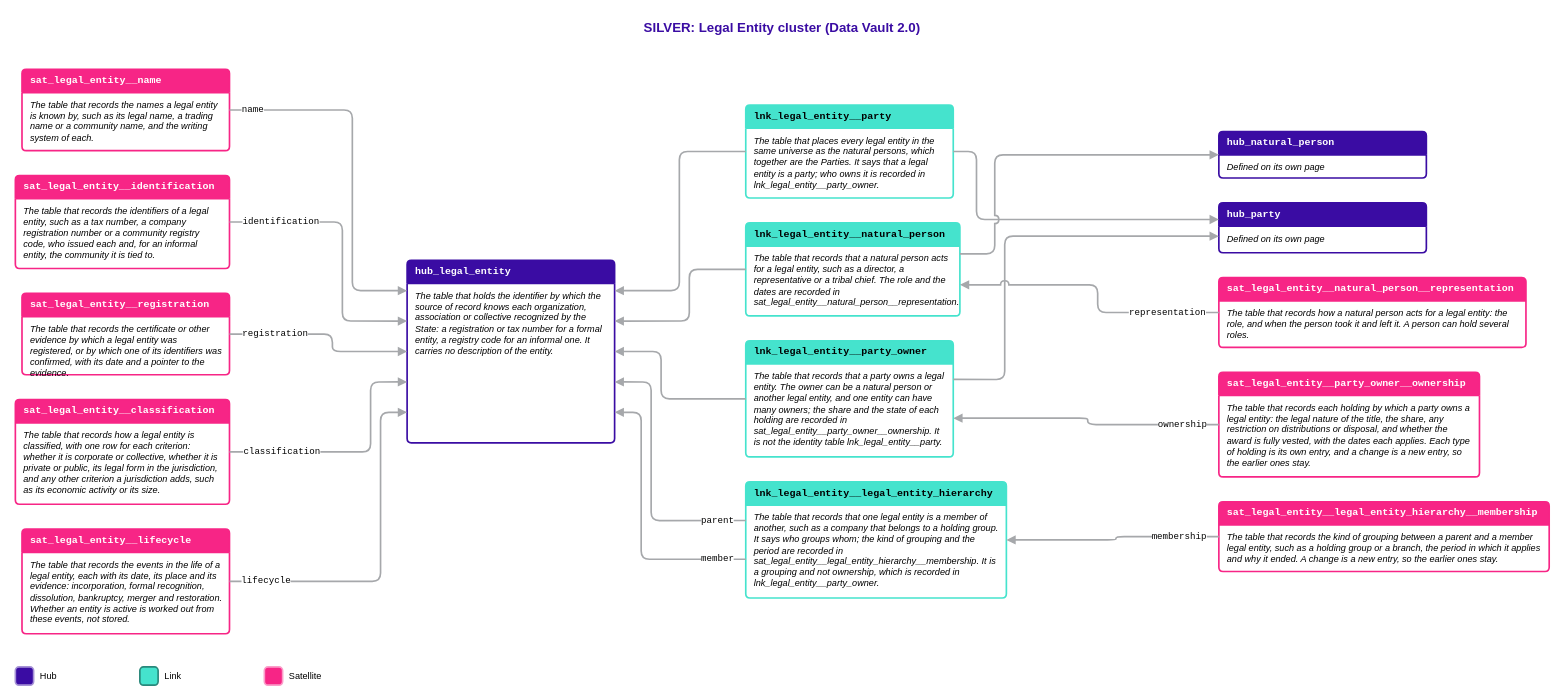
This is Rosetta/Business_Objects/drawio/Diagrams_Legal_Entity_Simplified.drawio from luisruizML/documents, a draw.io file, before an edit. Source tidied: cells renumbered, new cells numbered last; positions are measured from the earlier drawing's top-left corner, leaving out a move shared by most shapes. Both pictures are drawn from the tidied source at 83%, with x=0, y=0 at pixel (15, 14).
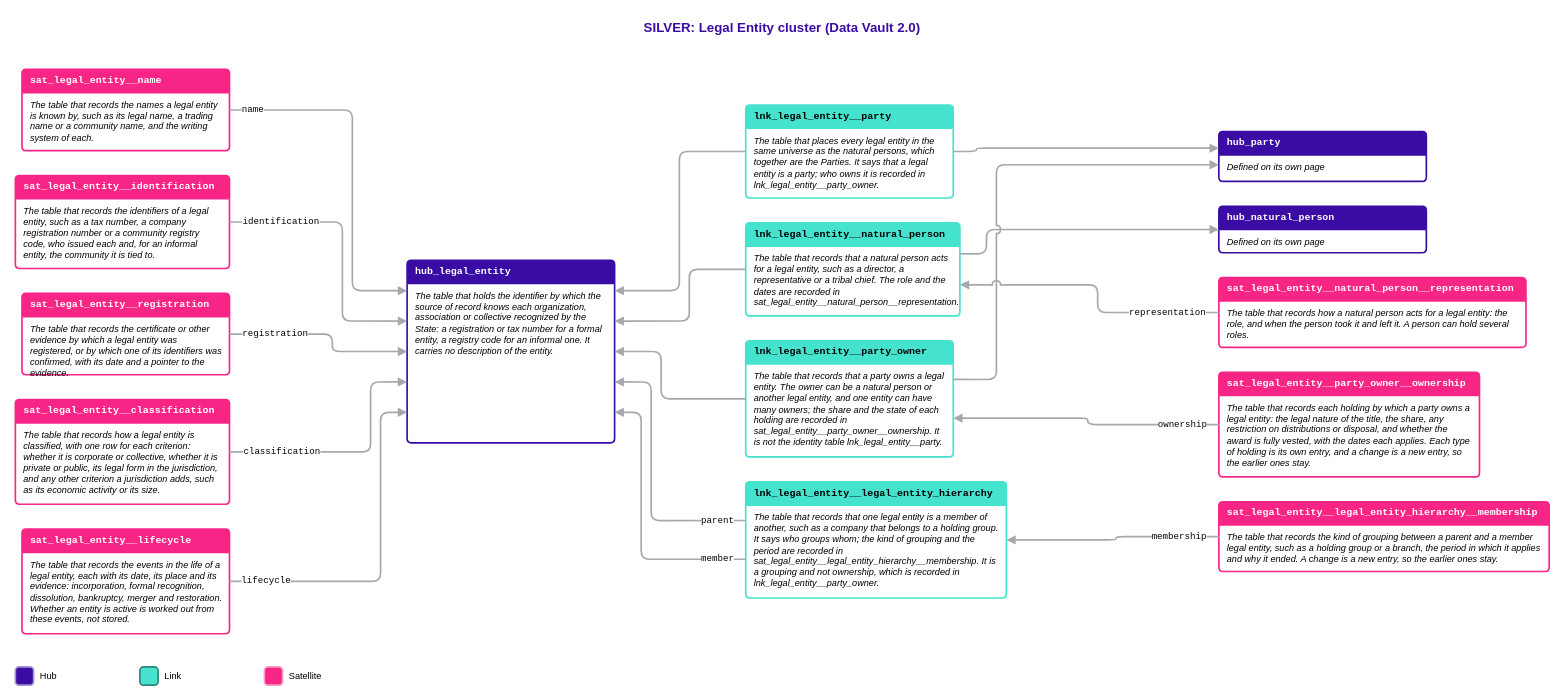
The same diagram, later.

Unchanged cells that the change refers to:
```xml
<mxCell id="5" value="lnk_legal_entity__party" style="swimlane;html=1;whiteSpace=wrap;rounded=1;arcSize=6;startSize=28;fillColor=#45E3CD;swimlaneFillColor=#FFFFFF;strokeColor=#45E3CD;strokeWidth=2;fontFamily=Courier New;fontSize=12;fontStyle=1;fontColor=#000000;align=left;spacingLeft=8;" parent="1" vertex="1">
  <mxGeometry x="880" y="109" width="250" height="112" as="geometry" />
</mxCell>
<mxCell id="7" value="lnk_legal_entity__natural_person" style="swimlane;html=1;whiteSpace=wrap;rounded=1;arcSize=6;startSize=28;fillColor=#45E3CD;swimlaneFillColor=#FFFFFF;strokeColor=#45E3CD;strokeWidth=2;fontFamily=Courier New;fontSize=12;fontStyle=1;fontColor=#000000;align=left;spacingLeft=8;" parent="1" vertex="1">
  <mxGeometry x="880" y="251" width="258" height="112" as="geometry" />
</mxCell>
<mxCell id="9" value="lnk_legal_entity__party_owner" style="swimlane;html=1;whiteSpace=wrap;rounded=1;arcSize=6;startSize=28;fillColor=#45E3CD;swimlaneFillColor=#FFFFFF;strokeColor=#45E3CD;strokeWidth=2;fontFamily=Courier New;fontSize=12;fontStyle=1;fontColor=#000000;align=left;spacingLeft=8;" parent="1" vertex="1">
  <mxGeometry x="880" y="393" width="250" height="140" as="geometry" />
</mxCell>
```

Change to the diagram source:
```diff
@@
-    <mxCell id="29" value="hub_natural_person" style="swimlane;html=1;whiteSpace=wrap;rounded=1;arcSize=6;startSize=28;fillColor=#3A0CA3;swimlaneFillColor=#FFFFFF;strokeColor=#3A0CA3;strokeWidth=2;fontFamily=Courier New;fontSize=12;fontStyle=1;fontColor=#FFFFFF;align=left;spacingLeft=8;" parent="1" vertex="1">
-      <mxGeometry x="1450" y="141" width="250" height="56" as="geometry" />
+    <mxCell id="29" value="hub_party" style="swimlane;html=1;whiteSpace=wrap;rounded=1;arcSize=6;startSize=28;fillColor=#3A0CA3;swimlaneFillColor=#FFFFFF;strokeColor=#3A0CA3;strokeWidth=2;fontFamily=Courier New;fontSize=12;fontStyle=1;fontColor=#FFFFFF;align=left;spacingLeft=8;" parent="1" vertex="1">
+      <mxGeometry x="1450" y="141" width="250" height="60" as="geometry" />
     </mxCell>
@@
-    <mxCell id="31" value="hub_party" style="swimlane;html=1;whiteSpace=wrap;rounded=1;arcSize=6;startSize=28;fillColor=#3A0CA3;swimlaneFillColor=#FFFFFF;strokeColor=#3A0CA3;strokeWidth=2;fontFamily=Courier New;fontSize=12;fontStyle=1;fontColor=#FFFFFF;align=left;spacingLeft=8;" parent="1" vertex="1">
-      <mxGeometry x="1450" y="227" width="250" height="60" as="geometry" />
+    <mxCell id="31" value="hub_natural_person" style="swimlane;html=1;whiteSpace=wrap;rounded=1;arcSize=6;startSize=28;fillColor=#3A0CA3;swimlaneFillColor=#FFFFFF;strokeColor=#3A0CA3;strokeWidth=2;fontFamily=Courier New;fontSize=12;fontStyle=1;fontColor=#FFFFFF;align=left;spacingLeft=8;" parent="1" vertex="1">
+      <mxGeometry x="1450" y="231" width="250" height="56" as="geometry" />
     </mxCell>
@@
-    <mxCell id="34" style="edgeStyle=orthogonalEdgeStyle;rounded=1;jumpStyle=arc;jumpSize=8;html=1;strokeColor=#A6A8AB;strokeWidth=2;endArrow=block;endFill=1;exitX=1;exitY=0.5;exitDx=0;exitDy=0;entryX=0;entryY=0.3333;entryDx=0;entryDy=0;labelBackgroundColor=#FFFFFF;fontFamily=Courier New;fontSize=11;fontColor=#000000;" parent="1" edge="1" source="5" target="31">
-      <mxGeometry x="-0.95" relative="1" as="geometry">
+    <mxCell id="34" style="edgeStyle=orthogonalEdgeStyle;rounded=1;jumpStyle=arc;jumpSize=8;html=1;strokeColor=#A6A8AB;strokeWidth=2;endArrow=block;endFill=1;exitX=1;exitY=0.5;exitDx=0;exitDy=0;entryX=0;entryY=0.3333;entryDx=0;entryDy=0;labelBackgroundColor=#FFFFFF;fontFamily=Courier New;fontSize=11;fontColor=#000000;" parent="1" edge="1" source="5" target="29">
+      <mxGeometry x="-0.94" relative="1" as="geometry">
         <Array as="points">
           <mxPoint x="1158" y="165" />
-          <mxPoint x="1158" y="247" />
+          <mxPoint x="1158" y="161" />
         </Array>
       </mxGeometry>
     </mxCell>
@@
-    <mxCell id="36" style="edgeStyle=orthogonalEdgeStyle;rounded=1;jumpStyle=arc;jumpSize=8;html=1;strokeColor=#A6A8AB;strokeWidth=2;endArrow=block;endFill=1;exitX=1;exitY=0.3333;exitDx=0;exitDy=0;entryX=0;entryY=0.5;entryDx=0;entryDy=0;labelBackgroundColor=#FFFFFF;fontFamily=Courier New;fontSize=11;fontColor=#000000;" parent="1" edge="1" source="7" target="29">
-      <mxGeometry x="-0.95" relative="1" as="geometry">
+    <mxCell id="36" style="edgeStyle=orthogonalEdgeStyle;rounded=1;jumpStyle=arc;jumpSize=8;html=1;strokeColor=#A6A8AB;strokeWidth=2;endArrow=block;endFill=1;exitX=1;exitY=0.3333;exitDx=0;exitDy=0;entryX=0;entryY=0.5;entryDx=0;entryDy=0;labelBackgroundColor=#FFFFFF;fontFamily=Courier New;fontSize=11;fontColor=#000000;" parent="1" edge="1" source="7" target="31">
+      <mxGeometry x="-0.94" relative="1" as="geometry">
         <Array as="points">
-          <mxPoint x="1180" y="288.3" />
-          <mxPoint x="1180" y="169" />
+          <mxPoint x="1170" y="288.3" />
+          <mxPoint x="1170" y="259" />
         </Array>
       </mxGeometry>
     </mxCell>
@@
-    <mxCell id="38" style="edgeStyle=orthogonalEdgeStyle;rounded=1;jumpStyle=arc;jumpSize=8;html=1;strokeColor=#A6A8AB;strokeWidth=2;endArrow=block;endFill=1;exitX=1;exitY=0.3333;exitDx=0;exitDy=0;entryX=0;entryY=0.6667;entryDx=0;entryDy=0;labelBackgroundColor=#FFFFFF;fontFamily=Courier New;fontSize=11;fontColor=#000000;" parent="1" edge="1" source="9" target="31">
-      <mxGeometry x="-0.96" relative="1" as="geometry">
+    <mxCell id="38" style="edgeStyle=orthogonalEdgeStyle;rounded=1;jumpStyle=arc;jumpSize=8;html=1;strokeColor=#A6A8AB;strokeWidth=2;endArrow=block;endFill=1;exitX=1;exitY=0.3333;exitDx=0;exitDy=0;entryX=0;entryY=0.6667;entryDx=0;entryDy=0;labelBackgroundColor=#FFFFFF;fontFamily=Courier New;fontSize=11;fontColor=#000000;" parent="1" edge="1" source="9" target="29">
+      <mxGeometry x="-0.97" relative="1" as="geometry">
         <Array as="points">
-          <mxPoint x="1192" y="439.7" />
-          <mxPoint x="1192" y="267" />
+          <mxPoint x="1182" y="439.7" />
+          <mxPoint x="1182" y="181" />
         </Array>
       </mxGeometry>
     </mxCell>
```
